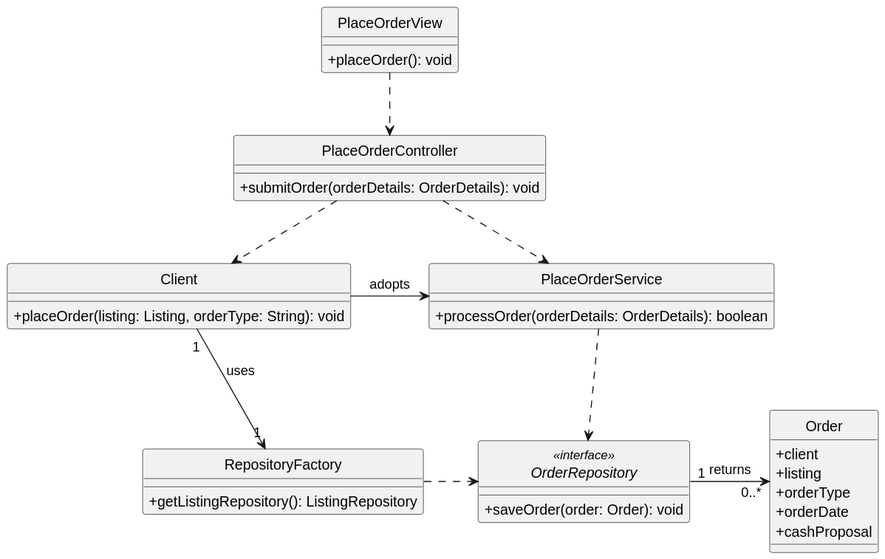
Earlier version of the PlantUML export docs/Sprint4/US32/US32-CD.svg (goncalomaia18/leti-esoft-24-25-A2). Source of this version:
```plantuml
@startuml
hide circle
skinparam classAttributeIconSize 0

class PlaceOrderView {
  +placeOrder(): void
}

class PlaceOrderController {
  +submitOrder(orderDetails: OrderDetails): void
}

class PlaceOrderService {
  +processOrder(orderDetails: OrderDetails): boolean
}

interface OrderRepository <<interface>> {
  +saveOrder(order: Order): void
}


class Order {
  +client
  +listing
  +orderType
  +orderDate
  +cashProposal
}

class Client {
   +placeOrder(listing: Listing, orderType: String): void
}
class RepositoryFactory{
  +getListingRepository(): ListingRepository
}
Client "1" -down-> "1" RepositoryFactory:  uses
Client -> PlaceOrderService :  adopts
OrderRepository "1" -right-> "0..*" Order:  returns
PlaceOrderController ..> Client
PlaceOrderView ..> PlaceOrderController
PlaceOrderController ..> PlaceOrderService
PlaceOrderService ..> OrderRepository
RepositoryFactory .right.> OrderRepository
@enduml
```
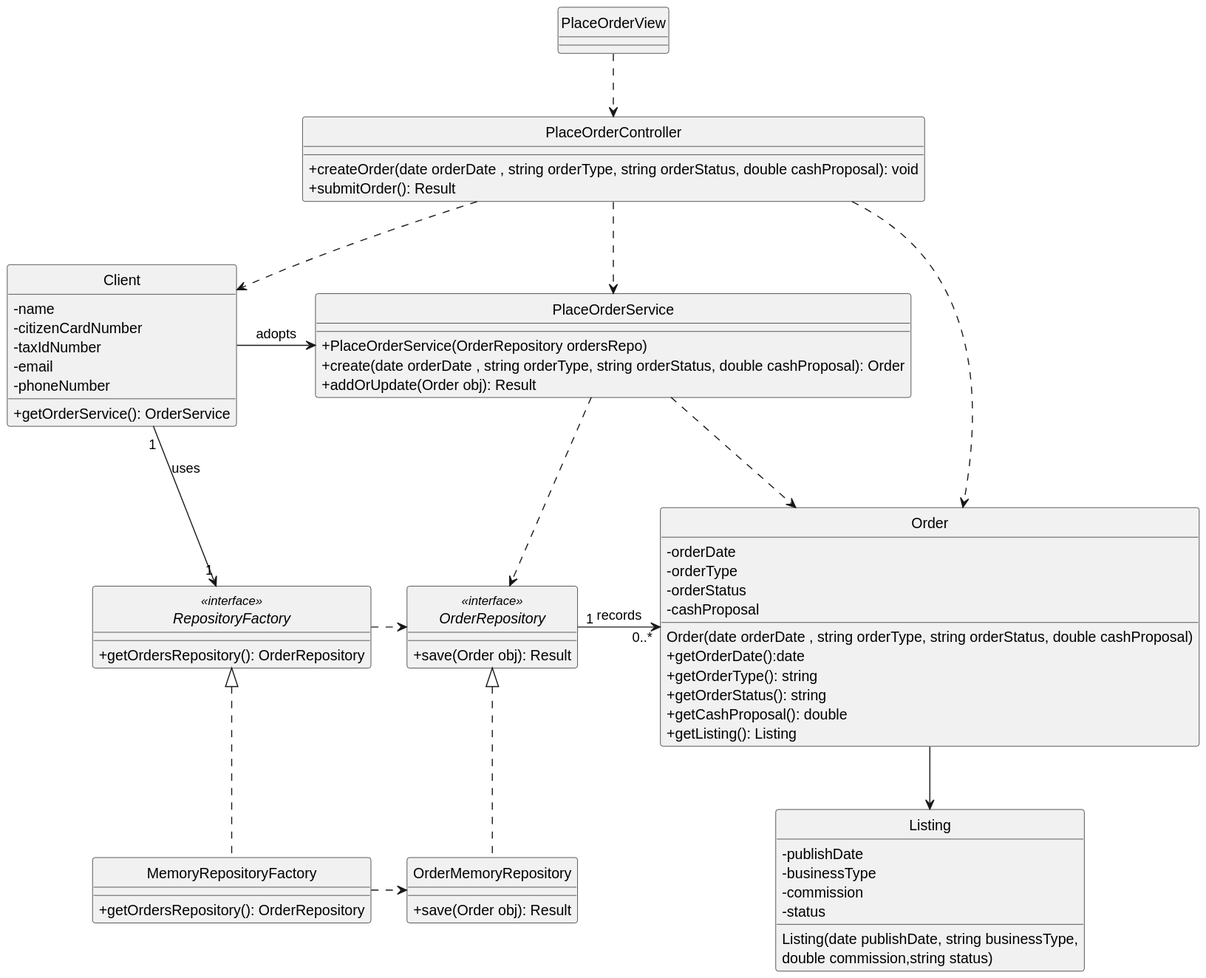
After the change.

What changed in the source:
```diff
@@ -1,44 +1,86 @@
 @startuml
+
 hide circle
 skinparam classAttributeIconSize 0
 
 class PlaceOrderView {
-  +placeOrder(): void
 }
 
 class PlaceOrderController {
-  +submitOrder(orderDetails: OrderDetails): void
+    +createOrder(date orderDate , string orderType, string orderStatus, double cashProposal): void
+    +submitOrder(): Result
+}
+
+class Client {
+  -name
+  -citizenCardNumber
+  -taxIdNumber
+  -email
+  -phoneNumber
+    +getOrderService(): OrderService
 }
 
 class PlaceOrderService {
-  +processOrder(orderDetails: OrderDetails): boolean
+    +PlaceOrderService(OrderRepository ordersRepo)
+    +create(date orderDate , string orderType, string orderStatus, double cashProposal): Order
+    +addOrUpdate(Order obj): Result
 }
 
 interface OrderRepository <<interface>> {
-  +saveOrder(order: Order): void
+    +save(Order obj): Result
 }
 
+interface RepositoryFactory <<interface>> {
+    +getOrdersRepository(): OrderRepository
+}
 
 class Order {
-  +client
-  +listing
-  +orderType
-  +orderDate
-  +cashProposal
+    -orderDate
+    -orderType
+    -orderStatus
+    -cashProposal
+    Order(date orderDate , string orderType, string orderStatus, double cashProposal)
+    +getOrderDate():date
+    +getOrderType(): string
+    +getOrderStatus(): string
+    +getCashProposal(): double
+    +getListing(): Listing
+
 }
 
-class Client {
-   +placeOrder(listing: Listing, orderType: String): void
+class Listing {
+    -publishDate
+    -businessType
+    -commission
+    -status
+     Listing(date publishDate, string businessType,
+ double commission,string status)
 }
-class RepositoryFactory{
-  +getListingRepository(): ListingRepository
-}
-Client "1" -down-> "1" RepositoryFactory:  uses
-Client -> PlaceOrderService :  adopts
-OrderRepository "1" -right-> "0..*" Order:  returns
+
+Client "1" -down-> "1" RepositoryFactory: uses
+OrderRepository "1" -right-> "0..*" Order: records
+
+PlaceOrderView ..> PlaceOrderController
 PlaceOrderController ..> Client
-PlaceOrderView ..> PlaceOrderController
 PlaceOrderController ..> PlaceOrderService
 PlaceOrderService ..> OrderRepository
+PlaceOrderService ..> Order
+PlaceOrderController ..> Order
+Order --> Listing
+
+Client -> PlaceOrderService: adopts
 RepositoryFactory .right.> OrderRepository
+
+class OrderMemoryRepository {
+    +save(Order obj): Result
+}
+
+class MemoryRepositoryFactory {
+    +getOrdersRepository(): OrderRepository
+}
+
+OrderMemoryRepository .up.|> OrderRepository
+MemoryRepositoryFactory .up.|> RepositoryFactory
+
+MemoryRepositoryFactory .right.> OrderMemoryRepository
 @enduml
```
